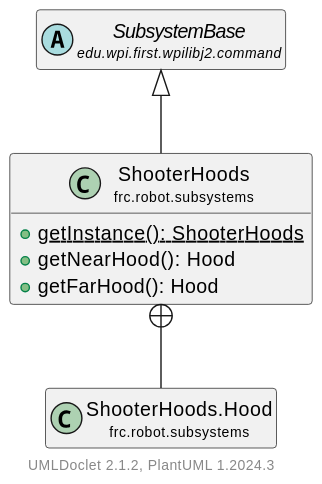
Before: docs/uml/frc/robot/subsystems/ShooterHoods.svg, a diagram exported from PlantUML (LakotaRobotics1038/2026RobotProject). Source of this version:
```plantuml
@startuml
    set namespaceSeparator none
    hide empty fields
    hide empty methods

    class "<size:14>ShooterHoods\n<size:10>frc.robot.subsystems" as frc.robot.subsystems.ShooterHoods [[ShooterHoods.html]] {
        {static} +getInstance(): ShooterHoods
        +getNearHood(): Hood
        +getFarHood(): Hood
    }

    abstract class "<size:14>SubsystemBase\n<size:10>edu.wpi.first.wpilibj2.command" as edu.wpi.first.wpilibj2.command.SubsystemBase
    class "<size:14>ShooterHoods.Hood\n<size:10>frc.robot.subsystems" as frc.robot.subsystems.ShooterHoods.Hood [[ShooterHoods.Hood.html]]

    edu.wpi.first.wpilibj2.command.SubsystemBase <|-- frc.robot.subsystems.ShooterHoods
    frc.robot.subsystems.ShooterHoods +-- frc.robot.subsystems.ShooterHoods.Hood
    center footer UMLDoclet 2.1.2, PlantUML %version()
@enduml
```
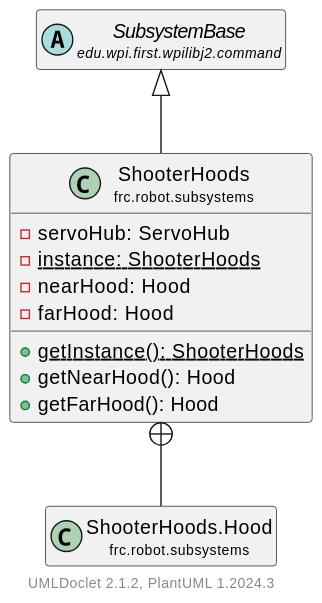
Later version of the same file.

The edit, as a diff of the source:
```diff
@@ -4,6 +4,10 @@
     hide empty methods
 
     class "<size:14>ShooterHoods\n<size:10>frc.robot.subsystems" as frc.robot.subsystems.ShooterHoods [[ShooterHoods.html]] {
+        -servoHub: ServoHub
+        {static} -instance: ShooterHoods
+        -nearHood: Hood
+        -farHood: Hood
         {static} +getInstance(): ShooterHoods
         +getNearHood(): Hood
         +getFarHood(): Hood
```
